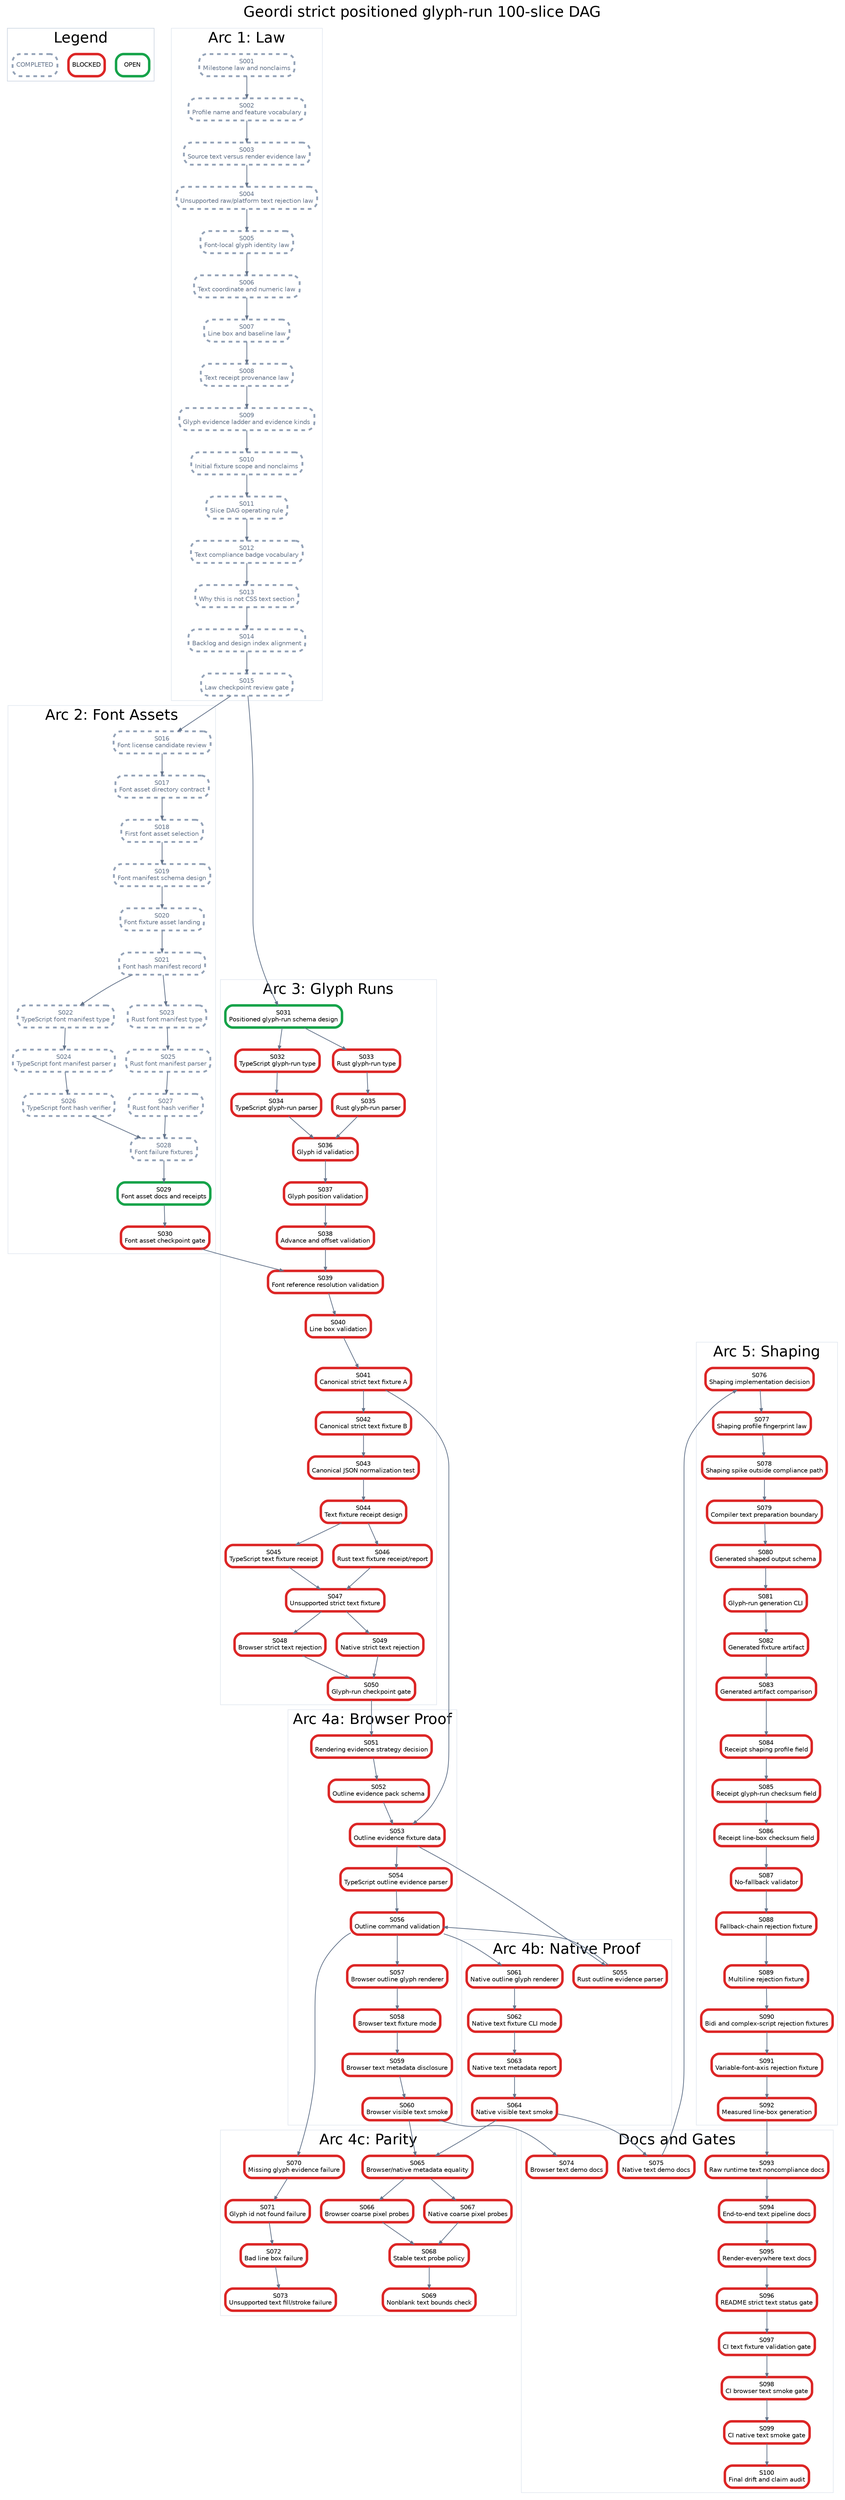
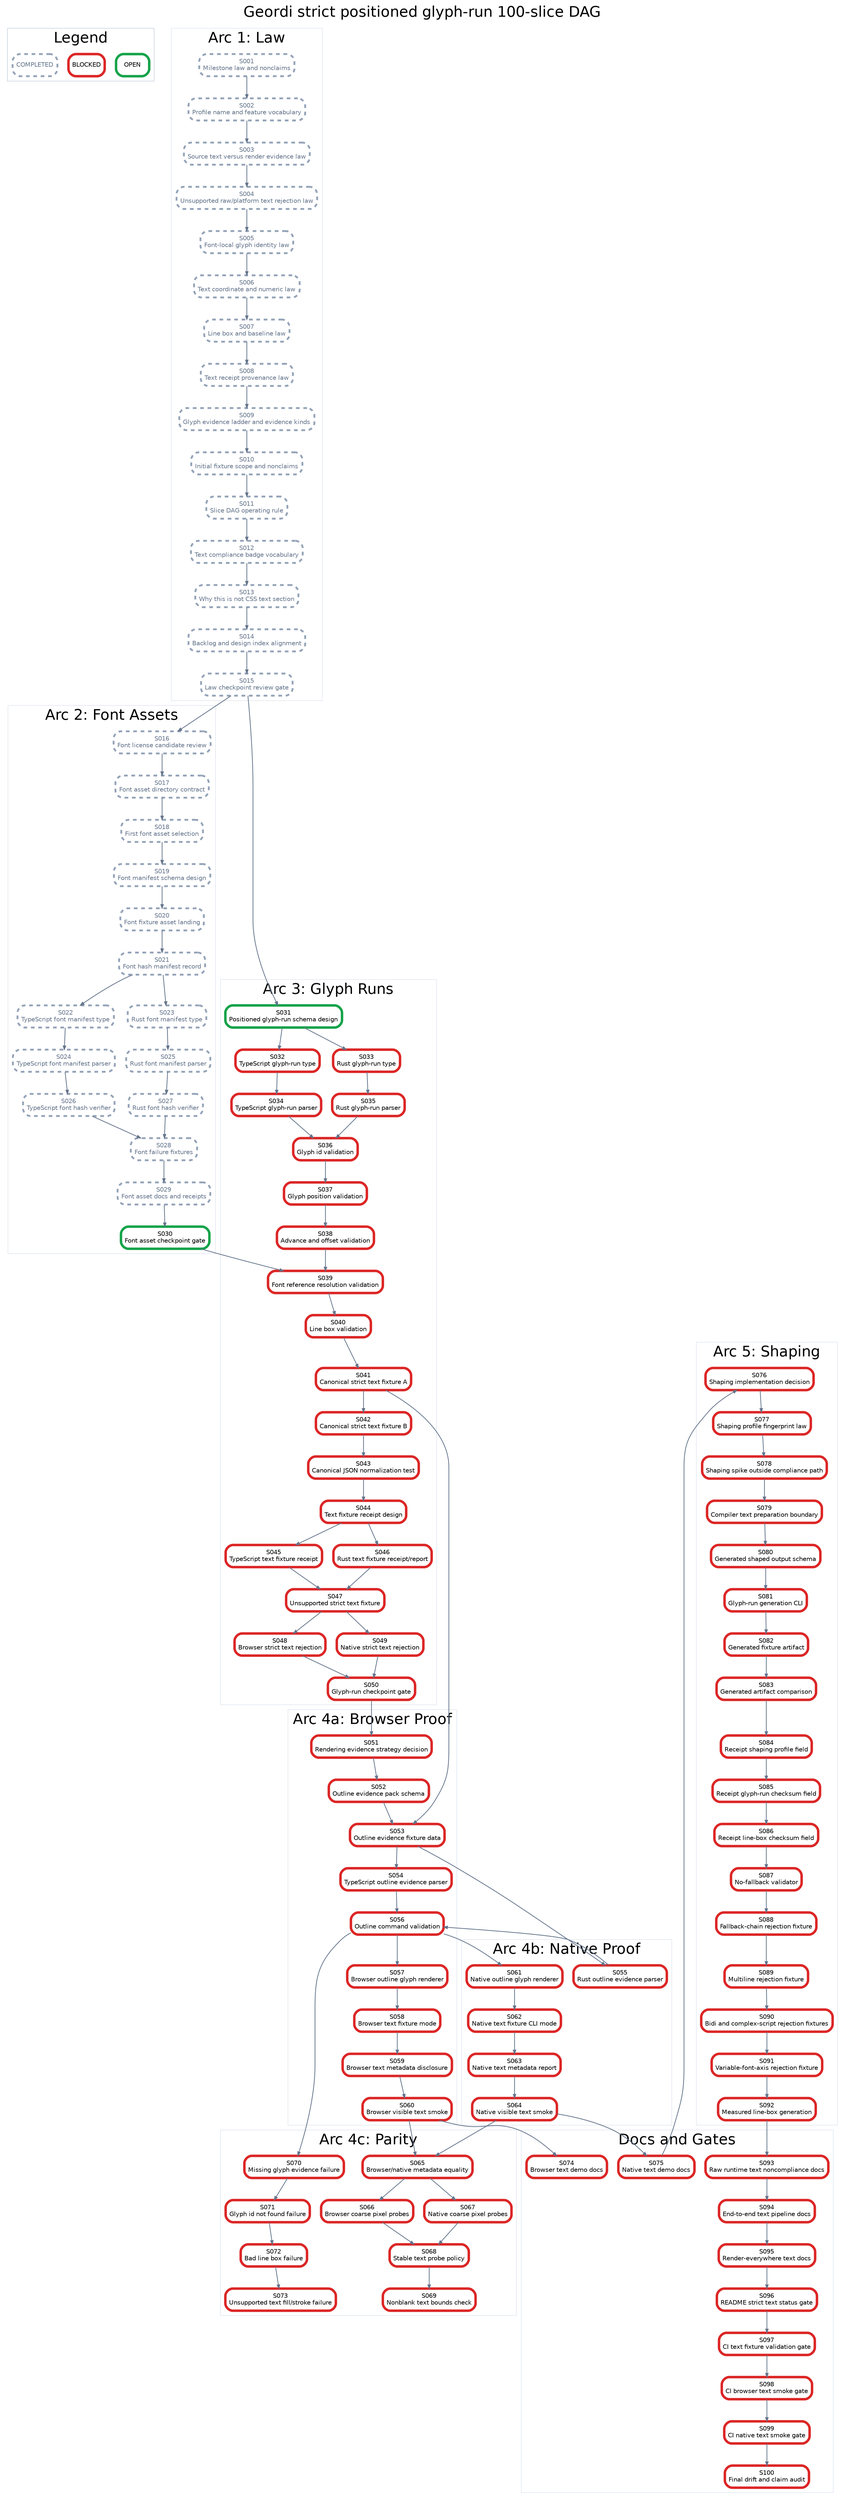
digraph StrictPositionedGlyphRunPlan {
  graph [rankdir=TB, bgcolor="white", fontname="Helvetica", label="Geordi strict positioned glyph-run 100-slice DAG", labelloc="t", fontsize=24];
  node [shape=box, style="rounded,filled", fillcolor="white", fontname="Helvetica", fontsize=10, margin="0.08,0.05"];
  edge [color="#64748b", arrowsize=0.6, penwidth=1.2];

  subgraph cluster_legend {
    label="Legend";
    color="#cbd5e1";
    legend_open [label="OPEN", color="#16a34a", penwidth=4];
    legend_blocked [label="BLOCKED", color="#dc2626", penwidth=4];
    legend_done [label="COMPLETED", color="#94a3b8", penwidth=3, style="rounded,filled,dashed", fontcolor="#64748b"];
  }

  subgraph cluster_law {
    label="Arc 1: Law";
    color="#e2e8f0";
    S001 [label="S001\nMilestone law and nonclaims", color="#94a3b8", penwidth=3, style="rounded,filled,dashed", fontcolor="#64748b"];
    S002 [label="S002\nProfile name and feature vocabulary", color="#94a3b8", penwidth=3, style="rounded,filled,dashed", fontcolor="#64748b"];
    S003 [label="S003\nSource text versus render evidence law", color="#94a3b8", penwidth=3, style="rounded,filled,dashed", fontcolor="#64748b"];
    S004 [label="S004\nUnsupported raw/platform text rejection law", color="#94a3b8", penwidth=3, style="rounded,filled,dashed", fontcolor="#64748b"];
    S005 [label="S005\nFont-local glyph identity law", color="#94a3b8", penwidth=3, style="rounded,filled,dashed", fontcolor="#64748b"];
    S006 [label="S006\nText coordinate and numeric law", color="#94a3b8", penwidth=3, style="rounded,filled,dashed", fontcolor="#64748b"];
    S007 [label="S007\nLine box and baseline law", color="#94a3b8", penwidth=3, style="rounded,filled,dashed", fontcolor="#64748b"];
    S008 [label="S008\nText receipt provenance law", color="#94a3b8", penwidth=3, style="rounded,filled,dashed", fontcolor="#64748b"];
    S009 [label="S009\nGlyph evidence ladder and evidence kinds", color="#94a3b8", penwidth=3, style="rounded,filled,dashed", fontcolor="#64748b"];
    S010 [label="S010\nInitial fixture scope and nonclaims", color="#94a3b8", penwidth=3, style="rounded,filled,dashed", fontcolor="#64748b"];
    S011 [label="S011\nSlice DAG operating rule", color="#94a3b8", penwidth=3, style="rounded,filled,dashed", fontcolor="#64748b"];
    S012 [label="S012\nText compliance badge vocabulary", color="#94a3b8", penwidth=3, style="rounded,filled,dashed", fontcolor="#64748b"];
    S013 [label="S013\nWhy this is not CSS text section", color="#94a3b8", penwidth=3, style="rounded,filled,dashed", fontcolor="#64748b"];
    S014 [label="S014\nBacklog and design index alignment", color="#94a3b8", penwidth=3, style="rounded,filled,dashed", fontcolor="#64748b"];
    S015 [label="S015\nLaw checkpoint review gate", color="#94a3b8", penwidth=3, style="rounded,filled,dashed", fontcolor="#64748b"];
  }

  subgraph cluster_assets {
    label="Arc 2: Font Assets";
    color="#e2e8f0";
    S016 [label="S016\nFont license candidate review", color="#94a3b8", penwidth=3, style="rounded,filled,dashed", fontcolor="#64748b"];
    S017 [label="S017\nFont asset directory contract", color="#94a3b8", penwidth=3, style="rounded,filled,dashed", fontcolor="#64748b"];
    S018 [label="S018\nFirst font asset selection", color="#94a3b8", penwidth=3, style="rounded,filled,dashed", fontcolor="#64748b"];
    S019 [label="S019\nFont manifest schema design", color="#94a3b8", penwidth=3, style="rounded,filled,dashed", fontcolor="#64748b"];
    S020 [label="S020\nFont fixture asset landing", color="#94a3b8", penwidth=3, style="rounded,filled,dashed", fontcolor="#64748b"];
    S021 [label="S021\nFont hash manifest record", color="#94a3b8", penwidth=3, style="rounded,filled,dashed", fontcolor="#64748b"];
    S022 [label="S022\nTypeScript font manifest type", color="#94a3b8", penwidth=3, style="rounded,filled,dashed", fontcolor="#64748b"];
    S023 [label="S023\nRust font manifest type", color="#94a3b8", penwidth=3, style="rounded,filled,dashed", fontcolor="#64748b"];
    S024 [label="S024\nTypeScript font manifest parser", color="#94a3b8", penwidth=3, style="rounded,filled,dashed", fontcolor="#64748b"];
    S025 [label="S025\nRust font manifest parser", color="#94a3b8", penwidth=3, style="rounded,filled,dashed", fontcolor="#64748b"];
    S026 [label="S026\nTypeScript font hash verifier", color="#94a3b8", penwidth=3, style="rounded,filled,dashed", fontcolor="#64748b"];
    S027 [label="S027\nRust font hash verifier", color="#94a3b8", penwidth=3, style="rounded,filled,dashed", fontcolor="#64748b"];
    S028 [label="S028\nFont failure fixtures", color="#94a3b8", penwidth=3, style="rounded,filled,dashed", fontcolor="#64748b"];
-     S029 [label="S029\nFont asset docs and receipts", color="#16a34a", penwidth=4];
-     S030 [label="S030\nFont asset checkpoint gate", color="#dc2626", penwidth=4];
+     S029 [label="S029\nFont asset docs and receipts", color="#94a3b8", penwidth=3, style="rounded,filled,dashed", fontcolor="#64748b"];
+     S030 [label="S030\nFont asset checkpoint gate", color="#16a34a", penwidth=4];
  }

  subgraph cluster_glyph {
    label="Arc 3: Glyph Runs";
    color="#e2e8f0";
    S031 [label="S031\nPositioned glyph-run schema design", color="#16a34a", penwidth=4];
    S032 [label="S032\nTypeScript glyph-run type", color="#dc2626", penwidth=4];
    S033 [label="S033\nRust glyph-run type", color="#dc2626", penwidth=4];
    S034 [label="S034\nTypeScript glyph-run parser", color="#dc2626", penwidth=4];
    S035 [label="S035\nRust glyph-run parser", color="#dc2626", penwidth=4];
    S036 [label="S036\nGlyph id validation", color="#dc2626", penwidth=4];
    S037 [label="S037\nGlyph position validation", color="#dc2626", penwidth=4];
    S038 [label="S038\nAdvance and offset validation", color="#dc2626", penwidth=4];
    S039 [label="S039\nFont reference resolution validation", color="#dc2626", penwidth=4];
    S040 [label="S040\nLine box validation", color="#dc2626", penwidth=4];
    S041 [label="S041\nCanonical strict text fixture A", color="#dc2626", penwidth=4];
    S042 [label="S042\nCanonical strict text fixture B", color="#dc2626", penwidth=4];
    S043 [label="S043\nCanonical JSON normalization test", color="#dc2626", penwidth=4];
    S044 [label="S044\nText fixture receipt design", color="#dc2626", penwidth=4];
    S045 [label="S045\nTypeScript text fixture receipt", color="#dc2626", penwidth=4];
    S046 [label="S046\nRust text fixture receipt/report", color="#dc2626", penwidth=4];
    S047 [label="S047\nUnsupported strict text fixture", color="#dc2626", penwidth=4];
    S048 [label="S048\nBrowser strict text rejection", color="#dc2626", penwidth=4];
    S049 [label="S049\nNative strict text rejection", color="#dc2626", penwidth=4];
    S050 [label="S050\nGlyph-run checkpoint gate", color="#dc2626", penwidth=4];
  }

  subgraph cluster_browser {
    label="Arc 4a: Browser Proof";
    color="#e2e8f0";
    S051 [label="S051\nRendering evidence strategy decision", color="#dc2626", penwidth=4];
    S052 [label="S052\nOutline evidence pack schema", color="#dc2626", penwidth=4];
    S053 [label="S053\nOutline evidence fixture data", color="#dc2626", penwidth=4];
    S054 [label="S054\nTypeScript outline evidence parser", color="#dc2626", penwidth=4];
    S056 [label="S056\nOutline command validation", color="#dc2626", penwidth=4];
    S057 [label="S057\nBrowser outline glyph renderer", color="#dc2626", penwidth=4];
    S058 [label="S058\nBrowser text fixture mode", color="#dc2626", penwidth=4];
    S059 [label="S059\nBrowser text metadata disclosure", color="#dc2626", penwidth=4];
    S060 [label="S060\nBrowser visible text smoke", color="#dc2626", penwidth=4];
  }

  subgraph cluster_native {
    label="Arc 4b: Native Proof";
    color="#e2e8f0";
    S055 [label="S055\nRust outline evidence parser", color="#dc2626", penwidth=4];
    S061 [label="S061\nNative outline glyph renderer", color="#dc2626", penwidth=4];
    S062 [label="S062\nNative text fixture CLI mode", color="#dc2626", penwidth=4];
    S063 [label="S063\nNative text metadata report", color="#dc2626", penwidth=4];
    S064 [label="S064\nNative visible text smoke", color="#dc2626", penwidth=4];
  }

  subgraph cluster_parity {
    label="Arc 4c: Parity";
    color="#e2e8f0";
    S065 [label="S065\nBrowser/native metadata equality", color="#dc2626", penwidth=4];
    S066 [label="S066\nBrowser coarse pixel probes", color="#dc2626", penwidth=4];
    S067 [label="S067\nNative coarse pixel probes", color="#dc2626", penwidth=4];
    S068 [label="S068\nStable text probe policy", color="#dc2626", penwidth=4];
    S069 [label="S069\nNonblank text bounds check", color="#dc2626", penwidth=4];
    S070 [label="S070\nMissing glyph evidence failure", color="#dc2626", penwidth=4];
    S071 [label="S071\nGlyph id not found failure", color="#dc2626", penwidth=4];
    S072 [label="S072\nBad line box failure", color="#dc2626", penwidth=4];
    S073 [label="S073\nUnsupported text fill/stroke failure", color="#dc2626", penwidth=4];
  }

  subgraph cluster_shaping {
    label="Arc 5: Shaping";
    color="#e2e8f0";
    S076 [label="S076\nShaping implementation decision", color="#dc2626", penwidth=4];
    S077 [label="S077\nShaping profile fingerprint law", color="#dc2626", penwidth=4];
    S078 [label="S078\nShaping spike outside compliance path", color="#dc2626", penwidth=4];
    S079 [label="S079\nCompiler text preparation boundary", color="#dc2626", penwidth=4];
    S080 [label="S080\nGenerated shaped output schema", color="#dc2626", penwidth=4];
    S081 [label="S081\nGlyph-run generation CLI", color="#dc2626", penwidth=4];
    S082 [label="S082\nGenerated fixture artifact", color="#dc2626", penwidth=4];
    S083 [label="S083\nGenerated artifact comparison", color="#dc2626", penwidth=4];
    S084 [label="S084\nReceipt shaping profile field", color="#dc2626", penwidth=4];
    S085 [label="S085\nReceipt glyph-run checksum field", color="#dc2626", penwidth=4];
    S086 [label="S086\nReceipt line-box checksum field", color="#dc2626", penwidth=4];
    S087 [label="S087\nNo-fallback validator", color="#dc2626", penwidth=4];
    S088 [label="S088\nFallback-chain rejection fixture", color="#dc2626", penwidth=4];
    S089 [label="S089\nMultiline rejection fixture", color="#dc2626", penwidth=4];
    S090 [label="S090\nBidi and complex-script rejection fixtures", color="#dc2626", penwidth=4];
    S091 [label="S091\nVariable-font-axis rejection fixture", color="#dc2626", penwidth=4];
    S092 [label="S092\nMeasured line-box generation", color="#dc2626", penwidth=4];
  }

  subgraph cluster_docs {
    label="Docs and Gates";
    color="#e2e8f0";
    S074 [label="S074\nBrowser text demo docs", color="#dc2626", penwidth=4];
    S075 [label="S075\nNative text demo docs", color="#dc2626", penwidth=4];
    S093 [label="S093\nRaw runtime text noncompliance docs", color="#dc2626", penwidth=4];
    S094 [label="S094\nEnd-to-end text pipeline docs", color="#dc2626", penwidth=4];
    S095 [label="S095\nRender-everywhere text docs", color="#dc2626", penwidth=4];
    S096 [label="S096\nREADME strict text status gate", color="#dc2626", penwidth=4];
    S097 [label="S097\nCI text fixture validation gate", color="#dc2626", penwidth=4];
    S098 [label="S098\nCI browser text smoke gate", color="#dc2626", penwidth=4];
    S099 [label="S099\nCI native text smoke gate", color="#dc2626", penwidth=4];
    S100 [label="S100\nFinal drift and claim audit", color="#dc2626", penwidth=4];
  }

  S001 -> S002;
  S002 -> S003;
  S003 -> S004;
  S004 -> S005;
  S005 -> S006;
  S006 -> S007;
  S007 -> S008;
  S008 -> S009;
  S009 -> S010;
  S010 -> S011;
  S011 -> S012;
  S012 -> S013;
  S013 -> S014;
  S014 -> S015;
  S015 -> S016;
  S016 -> S017;
  S017 -> S018;
  S018 -> S019;
  S019 -> S020;
  S020 -> S021;
  S021 -> S022;
  S021 -> S023;
  S022 -> S024;
  S023 -> S025;
  S024 -> S026;
  S025 -> S027;
  S026 -> S028;
  S027 -> S028;
  S028 -> S029;
  S029 -> S030;
  S015 -> S031;
  S031 -> S032;
  S031 -> S033;
  S032 -> S034;
  S033 -> S035;
  S034 -> S036;
  S035 -> S036;
  S036 -> S037;
  S037 -> S038;
  S038 -> S039;
  S039 -> S040;
  S030 -> S039;
  S040 -> S041;
  S041 -> S042;
  S042 -> S043;
  S043 -> S044;
  S044 -> S045;
  S044 -> S046;
  S045 -> S047;
  S046 -> S047;
  S047 -> S048;
  S047 -> S049;
  S048 -> S050;
  S049 -> S050;
  S050 -> S051;
  S051 -> S052;
  S052 -> S053;
  S041 -> S053;
  S053 -> S054;
  S053 -> S055;
  S054 -> S056;
  S055 -> S056;
  S056 -> S057;
  S057 -> S058;
  S058 -> S059;
  S059 -> S060;
  S056 -> S061;
  S061 -> S062;
  S062 -> S063;
  S063 -> S064;
  S060 -> S065;
  S064 -> S065;
  S065 -> S066;
  S065 -> S067;
  S066 -> S068;
  S067 -> S068;
  S068 -> S069;
  S056 -> S070;
  S070 -> S071;
  S071 -> S072;
  S072 -> S073;
  S060 -> S074;
  S064 -> S075;
  S075 -> S076;
  S076 -> S077;
  S077 -> S078;
  S078 -> S079;
  S079 -> S080;
  S080 -> S081;
  S081 -> S082;
  S082 -> S083;
  S083 -> S084;
  S084 -> S085;
  S085 -> S086;
  S086 -> S087;
  S087 -> S088;
  S088 -> S089;
  S089 -> S090;
  S090 -> S091;
  S091 -> S092;
  S092 -> S093;
  S093 -> S094;
  S094 -> S095;
  S095 -> S096;
  S096 -> S097;
  S097 -> S098;
  S098 -> S099;
  S099 -> S100;
}
